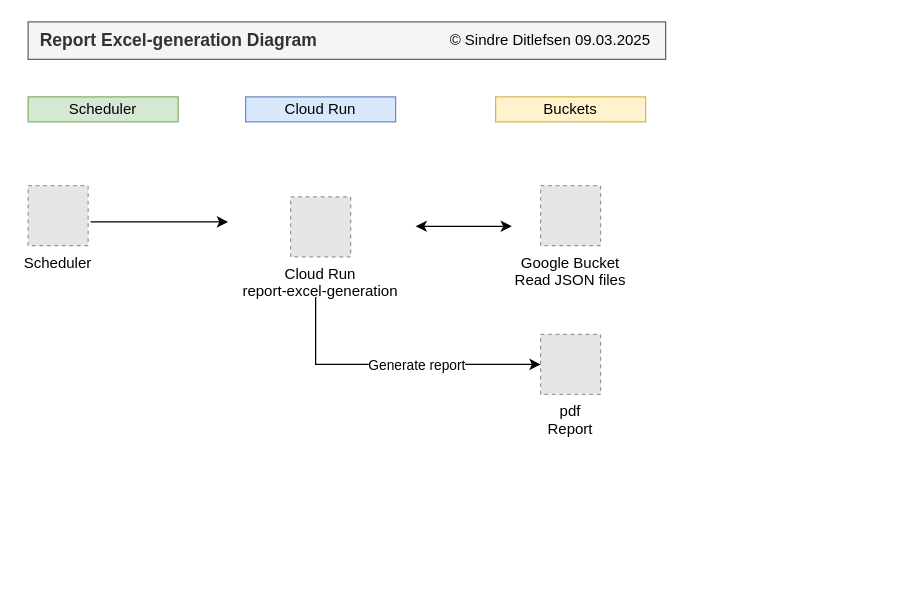
Above: uptime-app/_docs/uptime-diagram.drawio in ditlef9/python-nextjs-postgresql-devsecops-gcp (draw.io), before the change. Source tidied: cells renumbered, new cells numbered last; positions are measured from the earlier drawing's top-left corner, leaving out a move shared by most shapes. Both pictures are drawn from the tidied source at 125%, with x=0, y=0 at pixel (28, 21). Pictures stored in the file or linked from it are replaced by grey dashed boxes.
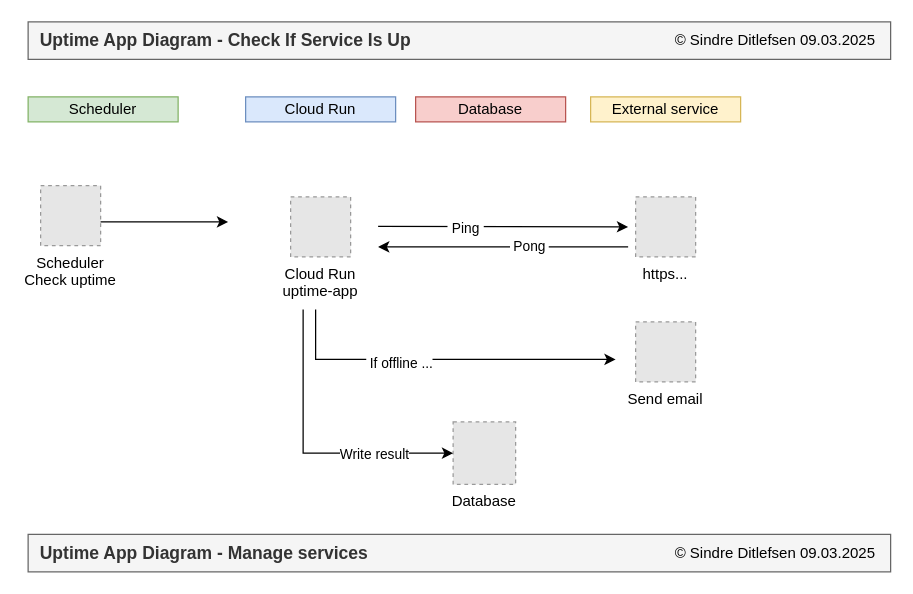
Above is the later version.

Diff of the diagram source:
```diff
@@
-    <mxCell id="2" value="&lt;span style=&quot;font-size: 14px;&quot;&gt;&lt;b&gt;&amp;nbsp; Report Excel-generation Diagram&lt;/b&gt;&lt;/span&gt;" style="rounded=0;whiteSpace=wrap;html=1;fillColor=#f5f5f5;fontColor=#333333;strokeColor=#666666;align=left;" parent="1" vertex="1">
-      <mxGeometry width="510" height="30" as="geometry" />
+    <mxCell id="2" value="&lt;span style=&quot;font-size: 14px;&quot;&gt;&lt;b&gt;&amp;nbsp; Uptime App Diagram - Check If Service Is Up&lt;/b&gt;&lt;/span&gt;" style="rounded=0;whiteSpace=wrap;html=1;fillColor=#f5f5f5;fontColor=#333333;strokeColor=#666666;align=left;" parent="1" vertex="1">
+      <mxGeometry width="690" height="30" as="geometry" />
     </mxCell>
     <mxCell id="3" value="© Sindre Ditlefsen 09.03.2025" style="text;html=1;strokeColor=none;fillColor=none;align=right;verticalAlign=middle;whiteSpace=wrap;rounded=0;" parent="1" vertex="1">
-      <mxGeometry x="250" width="250" height="30" as="geometry" />
+      <mxGeometry x="430" width="250" height="30" as="geometry" />
     </mxCell>
@@
-    <mxCell id="5" value="Google Bucket&#10;Read JSON files" style="fillColor=#E6E6E6;strokeColor=#999999;dashed=1;verticalLabelPosition=bottom;labelBackgroundColor=default;verticalAlign=top;" parent="1" vertex="1">
-      <mxGeometry x="410" y="131" width="48" height="48" as="geometry" />
-    </mxCell>
-    <mxCell id="6" style="endArrow=classic;html=1;rounded=0;exitX=1;exitY=0.5;exitDx=0;exitDy=0;startArrow=classic;startFill=1;" parent="1" edge="1">
-      <mxGeometry relative="1" as="geometry">
-        <mxPoint x="310" y="163.5" as="sourcePoint" />
-        <mxPoint x="387" y="163.5" as="targetPoint" />
-      </mxGeometry>
-    </mxCell>
-    <mxCell id="7" value="Scheduler" style="fillColor=#E6E6E6;strokeColor=#999999;dashed=1;verticalLabelPosition=bottom;labelBackgroundColor=default;verticalAlign=top;" parent="1" vertex="1">
-      <mxGeometry y="131" width="48" height="48" as="geometry" />
+    <mxCell id="7" value="Scheduler&#10;Check uptime" style="fillColor=#E6E6E6;strokeColor=#999999;dashed=1;verticalLabelPosition=bottom;labelBackgroundColor=default;verticalAlign=top;" parent="1" vertex="1">
+      <mxGeometry x="10" y="131" width="48" height="48" as="geometry" />
     </mxCell>
-    <mxCell id="8" value="Cloud Run&#10;report-excel-generation" style="fillColor=#E6E6E6;strokeColor=#999999;dashed=1;verticalLabelPosition=bottom;labelBackgroundColor=default;verticalAlign=top;" parent="1" vertex="1">
+    <mxCell id="8" value="Cloud Run&#10;uptime-app" style="fillColor=#E6E6E6;strokeColor=#999999;dashed=1;verticalLabelPosition=bottom;labelBackgroundColor=default;verticalAlign=top;" parent="1" vertex="1">
       <mxGeometry x="210" y="140" width="48" height="48" as="geometry" />
     </mxCell>
-    <mxCell id="9" value="pdf&#10;Report" style="fillColor=#E6E6E6;strokeColor=#999999;dashed=1;verticalLabelPosition=bottom;labelBackgroundColor=default;verticalAlign=top;" parent="1" vertex="1">
-      <mxGeometry x="410" y="250" width="48" height="48" as="geometry" />
-    </mxCell>
-    <mxCell id="10" style="endArrow=classic;html=1;rounded=0;entryX=0;entryY=0.5;entryDx=0;entryDy=0;" parent="1" edge="1" target="9">
-      <mxGeometry relative="1" as="geometry">
-        <mxPoint x="230" y="220" as="sourcePoint" />
-        <Array as="points">
-          <mxPoint x="230" y="274" />
-        </Array>
-      </mxGeometry>
-    </mxCell>
-    <mxCell id="11" value="Generate report" style="edgeLabel;html=1;align=center;verticalAlign=middle;" parent="10" vertex="1">
-      <mxGeometry x="-0.05" y="1" relative="1" as="geometry">
-        <mxPoint x="23" y="1" as="offset" />
-      </mxGeometry>
-    </mxCell>
@@
-    <mxCell id="14" value="Buckets" style="rounded=0;whiteSpace=wrap;html=1;fillColor=#fff2cc;strokeColor=#d6b656;" parent="1" vertex="1">
-      <mxGeometry x="374" y="60" width="120" height="20" as="geometry" />
+    <mxCell id="14" value="External service" style="rounded=0;whiteSpace=wrap;html=1;fillColor=#fff2cc;strokeColor=#d6b656;" parent="1" vertex="1">
+      <mxGeometry x="450" y="60" width="120" height="20" as="geometry" />
     </mxCell>
+    <mxCell id="15" value="https..." style="fillColor=#E6E6E6;strokeColor=#999999;dashed=1;verticalLabelPosition=bottom;labelBackgroundColor=default;verticalAlign=top;" parent="1" vertex="1">
+      <mxGeometry x="486" y="140" width="48" height="48" as="geometry" />
+    </mxCell>
+    <mxCell id="16" style="endArrow=classic;html=1;rounded=0;" parent="1" edge="1">
+      <mxGeometry relative="1" as="geometry">
+        <mxPoint x="230" y="230" as="sourcePoint" />
+        <mxPoint x="470" y="270" as="targetPoint" />
+        <Array as="points">
+          <mxPoint x="230" y="270" />
+        </Array>
+      </mxGeometry>
+    </mxCell>
+    <mxCell id="17" value="&amp;nbsp;If offline ..." style="edgeLabel;html=1;align=center;verticalAlign=middle;" parent="16" vertex="1">
+      <mxGeometry x="-0.33" y="-2" relative="1" as="geometry">
+        <mxPoint x="12" as="offset" />
+      </mxGeometry>
+    </mxCell>
+    <mxCell id="18" style="endArrow=classic;html=1;rounded=0;" parent="1" edge="1">
+      <mxGeometry relative="1" as="geometry">
+        <mxPoint x="280" y="163.5" as="sourcePoint" />
+        <mxPoint x="480" y="164" as="targetPoint" />
+      </mxGeometry>
+    </mxCell>
+    <mxCell id="19" value="&amp;nbsp;Ping&amp;nbsp;" style="edgeLabel;html=1;align=center;verticalAlign=middle;" parent="18" vertex="1">
+      <mxGeometry x="-0.55" y="-1" relative="1" as="geometry">
+        <mxPoint x="25" as="offset" />
+      </mxGeometry>
+    </mxCell>
+    <mxCell id="20" style="endArrow=classic;html=1;rounded=0;" parent="1" edge="1">
+      <mxGeometry relative="1" as="geometry">
+        <mxPoint x="480" y="180" as="sourcePoint" />
+        <mxPoint x="280" y="180" as="targetPoint" />
+      </mxGeometry>
+    </mxCell>
+    <mxCell id="21" value="&amp;nbsp;Pong&amp;nbsp;" style="edgeLabel;html=1;align=center;verticalAlign=middle;" parent="20" vertex="1">
+      <mxGeometry x="-0.55" y="-1" relative="1" as="geometry">
+        <mxPoint x="-35" as="offset" />
+      </mxGeometry>
+    </mxCell>
+    <mxCell id="22" value="Send email" style="fillColor=#E6E6E6;strokeColor=#999999;dashed=1;verticalLabelPosition=bottom;labelBackgroundColor=default;verticalAlign=top;" parent="1" vertex="1">
+      <mxGeometry x="486" y="240" width="48" height="48" as="geometry" />
+    </mxCell>
+    <mxCell id="23" value="Database" style="fillColor=#E6E6E6;strokeColor=#999999;dashed=1;verticalLabelPosition=bottom;labelBackgroundColor=default;verticalAlign=top;" parent="1" vertex="1">
+      <mxGeometry x="340" y="320" width="50" height="50" as="geometry" />
+    </mxCell>
+    <mxCell id="24" style="endArrow=classic;html=1;rounded=0;" parent="1" edge="1" target="23">
+      <mxGeometry relative="1" as="geometry">
+        <mxPoint x="220" y="230" as="sourcePoint" />
+        <Array as="points">
+          <mxPoint x="220" y="345" />
+        </Array>
+      </mxGeometry>
+    </mxCell>
+    <mxCell id="25" value="Write result" style="edgeLabel;html=1;align=center;verticalAlign=middle;" parent="24" vertex="1">
+      <mxGeometry x="0.41" y="2" relative="1" as="geometry">
+        <mxPoint x="5" y="2" as="offset" />
+      </mxGeometry>
+    </mxCell>
+    <mxCell id="26" value="&lt;span style=&quot;font-size: 14px;&quot;&gt;&lt;b&gt;&amp;nbsp; Uptime App Diagram - Manage services&lt;/b&gt;&lt;/span&gt;" style="rounded=0;whiteSpace=wrap;html=1;fillColor=#f5f5f5;fontColor=#333333;strokeColor=#666666;align=left;" parent="1" vertex="1">
+      <mxGeometry y="410" width="690" height="30" as="geometry" />
+    </mxCell>
+    <mxCell id="27" value="© Sindre Ditlefsen 09.03.2025" style="text;html=1;strokeColor=none;fillColor=none;align=right;verticalAlign=middle;whiteSpace=wrap;rounded=0;" parent="1" vertex="1">
+      <mxGeometry x="430" y="410" width="250" height="30" as="geometry" />
+    </mxCell>
+    <mxCell id="28" value="Database" style="rounded=0;whiteSpace=wrap;html=1;fillColor=#f8cecc;strokeColor=#b85450;" parent="1" vertex="1">
+      <mxGeometry x="310" y="60" width="120" height="20" as="geometry" />
+    </mxCell>
```
